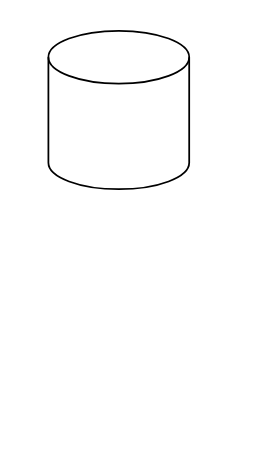
Above: csdb/未命名绘图.drawio in DemonHan/KuickBuy (draw.io), before the change. Source tidied: cells renumbered, new cells numbered last; positions are measured from the earlier drawing's top-left corner, leaving out a move shared by most shapes. Both pictures are drawn from the tidied source at 176%, with x=0, y=0 at pixel (48, 30).
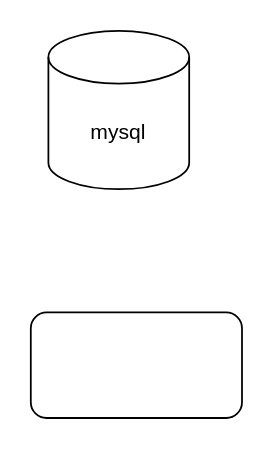
After the change.

Commit message (it also covers changes not shown here):
更新未命名绘图.drawio

Diff of the diagram source:
```diff
@@
 <mxGraphModel>
   <root>
     <mxCell id="0" />
     <mxCell id="1" parent="0" />
-    <mxCell id="2" style="shape=cylinder3;whiteSpace=wrap;html=1;boundedLbl=1;backgroundOutline=1;size=15;" parent="1" vertex="1">
+    <mxCell id="2" value="mysql" style="shape=cylinder3;whiteSpace=wrap;html=1;boundedLbl=1;backgroundOutline=1;size=15;" parent="1" vertex="1">
       <mxGeometry width="80" height="90" as="geometry" />
     </mxCell>
+    <mxCell id="3" style="rounded=1;whiteSpace=wrap;html=1;" parent="1" vertex="1">
+      <mxGeometry x="-10" y="160" width="120" height="60" as="geometry" />
+    </mxCell>
   </root>
 </mxGraphModel>
```
